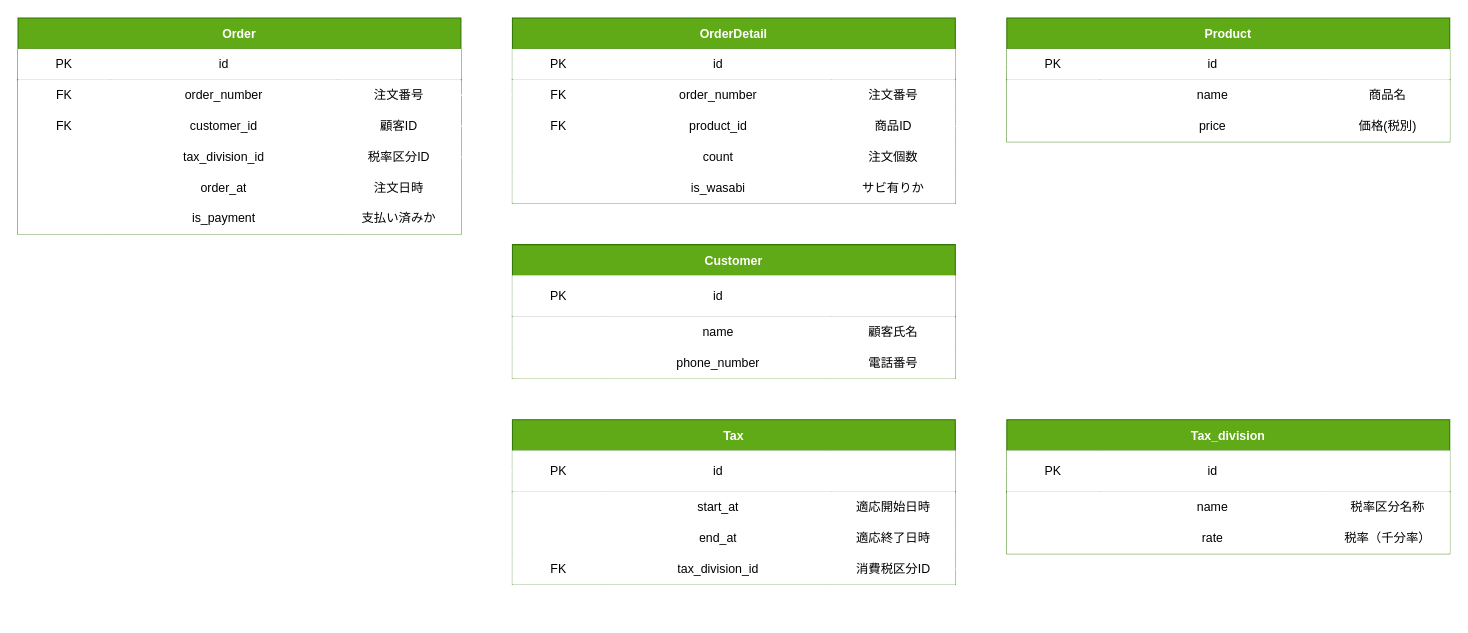
This is DBモデリング1/assets/task1.drawio from k-takeuchi220/praha-challenge, a draw.io file, before an edit. Source tidied: cells renumbered, new cells numbered last; positions are measured from the earlier drawing's top-left corner, leaving out a move shared by most shapes. Both pictures are drawn from the tidied source at 103%, with x=0, y=0 at pixel (18, 18).
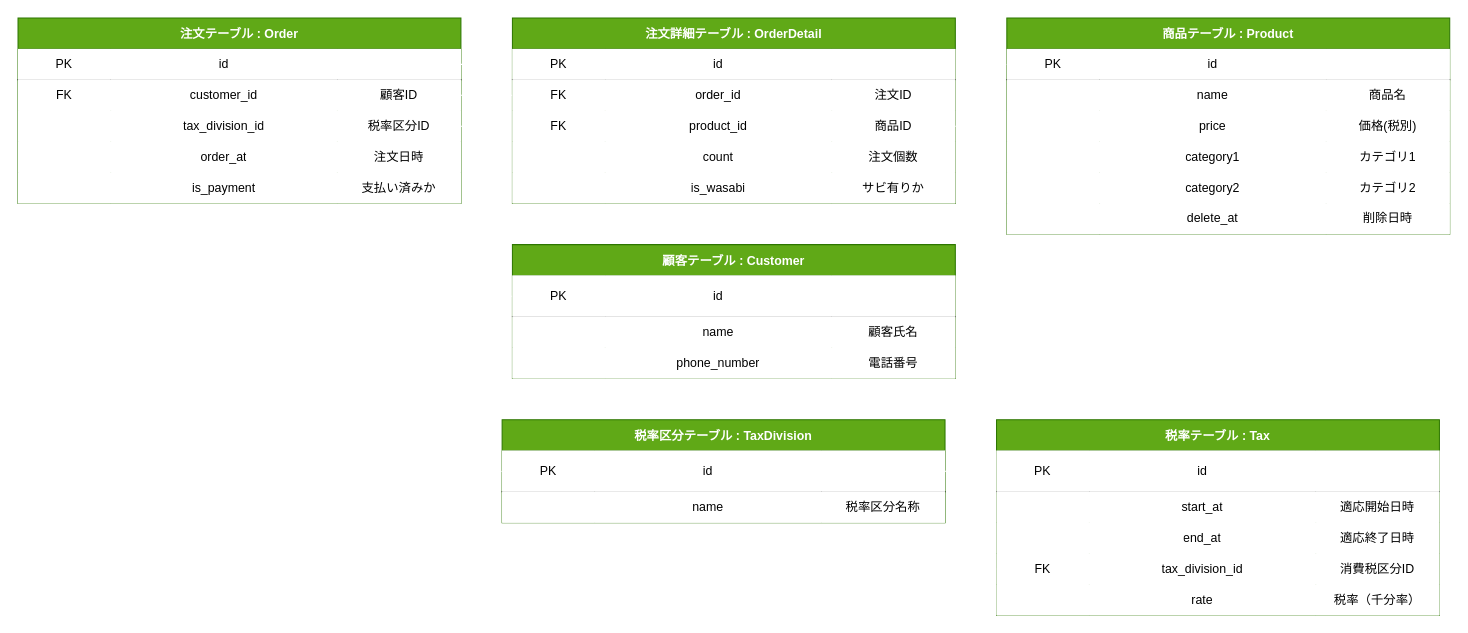
Above is the later version.

The change refers to these unchanged cells:
```xml
<mxCell id="20" style="shape=partialRectangle;html=1;whiteSpace=wrap;top=0;left=0;bottom=0;right=0;points=[[0,0.5],[1,0.5]];portConstraint=eastwest;" parent="15" vertex="1">
  <mxGeometry y="60" width="430" height="30" as="geometry" />
</mxCell>
<mxCell id="50" style="shape=partialRectangle;html=1;whiteSpace=wrap;top=0;left=0;bottom=1;right=0;points=[[0,0.5],[1,0.5]];portConstraint=eastwest;" parent="49" vertex="1">
  <mxGeometry y="30" width="430" height="30" as="geometry" />
</mxCell>
<mxCell id="76" style="shape=partialRectangle;html=1;whiteSpace=wrap;top=0;left=0;bottom=1;right=0;points=[[0,0.5],[1,0.5]];portConstraint=eastwest;" parent="75" vertex="1">
  <mxGeometry y="30" width="430" height="40" as="geometry" />
</mxCell>
<mxCell id="88" style="shape=partialRectangle;html=1;whiteSpace=wrap;top=0;left=0;bottom=0;right=0;points=[[0,0.5],[1,0.5]];portConstraint=eastwest;" parent="75" vertex="1">
  <mxGeometry y="130" width="430" height="30" as="geometry" />
</mxCell>
<mxCell id="93" style="shape=partialRectangle;html=1;whiteSpace=wrap;top=0;left=0;bottom=1;right=0;points=[[0,0.5],[1,0.5]];portConstraint=eastwest;" parent="92" vertex="1">
  <mxGeometry y="30" width="430" height="40" as="geometry" />
</mxCell>
```

The edit, as a diff of the source:
```diff
@@
-    <mxCell id="2" value="Product" style="shape=table;startSize=30;childLayout=tableLayout;rowLines=0;fontStyle=1;align=center;fillColor=#60a917;fontColor=#ffffff;strokeColor=#2D7600;" parent="1" vertex="1">
-      <mxGeometry x="960" width="430" height="120" as="geometry" />
+    <mxCell id="2" value="商品テーブル : Product" style="shape=table;startSize=30;childLayout=tableLayout;rowLines=0;fontStyle=1;align=center;fillColor=#60a917;fontColor=#ffffff;strokeColor=#2D7600;" parent="1" vertex="1">
+      <mxGeometry x="960" width="430" height="210" as="geometry" />
     </mxCell>
@@
+    <mxCell id="109" style="shape=partialRectangle;html=1;whiteSpace=wrap;top=0;left=0;bottom=0;right=0;" parent="2" vertex="1">
+      <mxGeometry y="120" width="430" height="30" as="geometry" />
+    </mxCell>
+    <mxCell id="110" style="shape=partialRectangle;html=1;whiteSpace=wrap;top=0;left=0;bottom=0;right=0;overflow=hidden;" parent="109" vertex="1">
+      <mxGeometry width="90" height="30" as="geometry" />
+    </mxCell>
+    <mxCell id="111" value="category1" style="shape=partialRectangle;html=1;whiteSpace=wrap;top=0;left=0;bottom=0;right=0;overflow=hidden;align=center;labelPosition=center;verticalLabelPosition=middle;verticalAlign=middle;" parent="109" vertex="1">
+      <mxGeometry x="90" width="220" height="30" as="geometry" />
+    </mxCell>
+    <mxCell id="112" value="カテゴリ1" style="shape=partialRectangle;html=1;whiteSpace=wrap;top=0;left=0;bottom=0;right=0;overflow=hidden;align=center;labelPosition=center;verticalLabelPosition=middle;verticalAlign=middle;" parent="109" vertex="1">
+      <mxGeometry x="310" width="120" height="30" as="geometry" />
+    </mxCell>
+    <mxCell id="113" style="shape=partialRectangle;html=1;whiteSpace=wrap;top=0;left=0;bottom=0;right=0;" parent="2" vertex="1">
+      <mxGeometry y="150" width="430" height="30" as="geometry" />
+    </mxCell>
+    <mxCell id="114" style="shape=partialRectangle;html=1;whiteSpace=wrap;top=0;left=0;bottom=0;right=0;overflow=hidden;" parent="113" vertex="1">
+      <mxGeometry width="90" height="30" as="geometry" />
+    </mxCell>
+    <mxCell id="115" value="category2" style="shape=partialRectangle;html=1;whiteSpace=wrap;top=0;left=0;bottom=0;right=0;overflow=hidden;align=center;labelPosition=center;verticalLabelPosition=middle;verticalAlign=middle;" parent="113" vertex="1">
+      <mxGeometry x="90" width="220" height="30" as="geometry" />
+    </mxCell>
+    <mxCell id="116" value="カテゴリ2" style="shape=partialRectangle;html=1;whiteSpace=wrap;top=0;left=0;bottom=0;right=0;overflow=hidden;align=center;labelPosition=center;verticalLabelPosition=middle;verticalAlign=middle;" parent="113" vertex="1">
+      <mxGeometry x="310" width="120" height="30" as="geometry" />
+    </mxCell>
+    <mxCell id="117" style="shape=partialRectangle;html=1;whiteSpace=wrap;top=0;left=0;bottom=0;right=0;" parent="2" vertex="1">
+      <mxGeometry y="180" width="430" height="30" as="geometry" />
+    </mxCell>
+    <mxCell id="118" style="shape=partialRectangle;html=1;whiteSpace=wrap;top=0;left=0;bottom=0;right=0;overflow=hidden;" parent="117" vertex="1">
+      <mxGeometry width="90" height="30" as="geometry" />
+    </mxCell>
+    <mxCell id="119" value="delete_at" style="shape=partialRectangle;html=1;whiteSpace=wrap;top=0;left=0;bottom=0;right=0;overflow=hidden;align=center;labelPosition=center;verticalLabelPosition=middle;verticalAlign=middle;" parent="117" vertex="1">
+      <mxGeometry x="90" width="220" height="30" as="geometry" />
+    </mxCell>
+    <mxCell id="120" value="削除日時" style="shape=partialRectangle;html=1;whiteSpace=wrap;top=0;left=0;bottom=0;right=0;overflow=hidden;align=center;labelPosition=center;verticalLabelPosition=middle;verticalAlign=middle;" parent="117" vertex="1">
+      <mxGeometry x="310" width="120" height="30" as="geometry" />
+    </mxCell>
-    <mxCell id="15" value="OrderDetail" style="shape=table;startSize=30;childLayout=tableLayout;rowLines=0;fontStyle=1;align=center;fillColor=#60a917;fontColor=#ffffff;strokeColor=#2D7600;" parent="1" vertex="1">
+    <mxCell id="15" value="注文詳細テーブル : OrderDetail" style="shape=table;startSize=30;childLayout=tableLayout;rowLines=0;fontStyle=1;align=center;fillColor=#60a917;fontColor=#ffffff;strokeColor=#2D7600;" parent="1" vertex="1">
       <mxGeometry x="480" width="430" height="180" as="geometry" />
     </mxCell>
@@
-    <mxCell id="22" value="order_number" style="shape=partialRectangle;html=1;whiteSpace=wrap;top=0;left=0;bottom=0;right=0;overflow=hidden;align=center;labelPosition=center;verticalLabelPosition=middle;verticalAlign=middle;" parent="20" vertex="1">
+    <mxCell id="22" value="order_id" style="shape=partialRectangle;html=1;whiteSpace=wrap;top=0;left=0;bottom=0;right=0;overflow=hidden;align=center;labelPosition=center;verticalLabelPosition=middle;verticalAlign=middle;" parent="20" vertex="1">
       <mxGeometry x="90" width="220" height="30" as="geometry" />
     </mxCell>
-    <mxCell id="23" value="注文番号" style="shape=partialRectangle;html=1;whiteSpace=wrap;top=0;left=0;bottom=0;right=0;overflow=hidden;align=center;labelPosition=center;verticalLabelPosition=middle;verticalAlign=middle;" parent="20" vertex="1">
+    <mxCell id="23" value="注文ID" style="shape=partialRectangle;html=1;whiteSpace=wrap;top=0;left=0;bottom=0;right=0;overflow=hidden;align=center;labelPosition=center;verticalLabelPosition=middle;verticalAlign=middle;" parent="20" vertex="1">
       <mxGeometry x="310" width="120" height="30" as="geometry" />
     </mxCell>
@@
-    <mxCell id="36" value="Customer" style="shape=table;startSize=30;childLayout=tableLayout;rowLines=0;fontStyle=1;align=center;fillColor=#60a917;fontColor=#ffffff;strokeColor=#2D7600;" parent="1" vertex="1">
+    <mxCell id="36" value="顧客テーブル : Customer" style="shape=table;startSize=30;childLayout=tableLayout;rowLines=0;fontStyle=1;align=center;fillColor=#60a917;fontColor=#ffffff;strokeColor=#2D7600;" parent="1" vertex="1">
       <mxGeometry x="480" y="220" width="430" height="130" as="geometry" />
     </mxCell>
@@
-    <mxCell id="49" value="Order" style="shape=table;startSize=30;childLayout=tableLayout;rowLines=0;fontStyle=1;align=center;fillColor=#60a917;fontColor=#ffffff;strokeColor=#2D7600;" parent="1" vertex="1">
-      <mxGeometry width="430" height="210" as="geometry" />
+    <mxCell id="49" value="注文テーブル : Order" style="shape=table;startSize=30;childLayout=tableLayout;rowLines=0;fontStyle=1;align=center;fillColor=#60a917;fontColor=#ffffff;strokeColor=#2D7600;" parent="1" vertex="1">
+      <mxGeometry width="430" height="180" as="geometry" />
     </mxCell>
@@
-    <mxCell id="54" style="shape=partialRectangle;html=1;whiteSpace=wrap;top=0;left=0;bottom=0;right=0;points=[[0,0.5],[1,0.5]];portConstraint=eastwest;" parent="49" vertex="1">
-      <mxGeometry y="60" width="430" height="30" as="geometry" />
-    </mxCell>
-    <mxCell id="55" value="FK" style="shape=partialRectangle;html=1;whiteSpace=wrap;top=0;left=0;bottom=0;right=0;overflow=hidden;" parent="54" vertex="1">
-      <mxGeometry width="90" height="30" as="geometry" />
-    </mxCell>
-    <mxCell id="56" value="order_number" style="shape=partialRectangle;html=1;whiteSpace=wrap;top=0;left=0;bottom=0;right=0;overflow=hidden;align=center;labelPosition=center;verticalLabelPosition=middle;verticalAlign=middle;" parent="54" vertex="1">
-      <mxGeometry x="90" width="220" height="30" as="geometry" />
-    </mxCell>
-    <mxCell id="57" value="注文番号" style="shape=partialRectangle;html=1;whiteSpace=wrap;top=0;left=0;bottom=0;right=0;overflow=hidden;align=center;labelPosition=center;verticalLabelPosition=middle;verticalAlign=middle;" parent="54" vertex="1">
-      <mxGeometry x="310" width="120" height="30" as="geometry" />
-    </mxCell>
     <mxCell id="58" style="shape=partialRectangle;html=1;whiteSpace=wrap;top=0;left=0;bottom=0;right=0;points=[[0,0.5],[1,0.5]];portConstraint=eastwest;" parent="49" vertex="1">
-      <mxGeometry y="90" width="430" height="30" as="geometry" />
+      <mxGeometry y="60" width="430" height="30" as="geometry" />
     </mxCell>
@@
     <mxCell id="62" style="shape=partialRectangle;html=1;whiteSpace=wrap;top=0;left=0;bottom=0;right=0;points=[[0,0.5],[1,0.5]];portConstraint=eastwest;" parent="49" vertex="1">
-      <mxGeometry y="120" width="430" height="30" as="geometry" />
+      <mxGeometry y="90" width="430" height="30" as="geometry" />
     </mxCell>
@@
     <mxCell id="66" style="shape=partialRectangle;html=1;whiteSpace=wrap;top=0;left=0;bottom=0;right=0;" parent="49" vertex="1">
-      <mxGeometry y="150" width="430" height="30" as="geometry" />
+      <mxGeometry y="120" width="430" height="30" as="geometry" />
     </mxCell>
@@
     <mxCell id="70" style="shape=partialRectangle;html=1;whiteSpace=wrap;top=0;left=0;bottom=0;right=0;" parent="49" vertex="1">
-      <mxGeometry y="180" width="430" height="30" as="geometry" />
+      <mxGeometry y="150" width="430" height="30" as="geometry" />
     </mxCell>
@@
-    <mxCell id="74" style="edgeStyle=none;html=1;exitX=1;exitY=0.5;exitDx=0;exitDy=0;entryX=0;entryY=0.5;entryDx=0;entryDy=0;strokeColor=#FFFFFF;" parent="1" edge="1" source="54" target="20">
+    <mxCell id="74" style="edgeStyle=none;html=1;exitX=1;exitY=0.5;exitDx=0;exitDy=0;entryX=0;entryY=0.5;entryDx=0;entryDy=0;strokeColor=#FFFFFF;" parent="1" edge="1" target="20">
       <mxGeometry relative="1" as="geometry" />
     </mxCell>
-    <mxCell id="75" value="Tax" style="shape=table;startSize=30;childLayout=tableLayout;rowLines=0;fontStyle=1;align=center;fillColor=#60a917;fontColor=#ffffff;strokeColor=#2D7600;" parent="1" vertex="1">
-      <mxGeometry x="480" y="390" width="430" height="160" as="geometry" />
+    <mxCell id="75" value="税率テーブル : Tax" style="shape=table;startSize=30;childLayout=tableLayout;rowLines=0;fontStyle=1;align=center;fillColor=#60a917;fontColor=#ffffff;strokeColor=#2D7600;" parent="1" vertex="1">
+      <mxGeometry x="950" y="390" width="430" height="190" as="geometry" />
     </mxCell>
@@
+    <mxCell id="121" style="shape=partialRectangle;html=1;whiteSpace=wrap;top=0;left=0;bottom=0;right=0;" parent="75" vertex="1">
+      <mxGeometry y="160" width="430" height="30" as="geometry" />
+    </mxCell>
+    <mxCell id="122" style="shape=partialRectangle;html=1;whiteSpace=wrap;top=0;left=0;bottom=0;right=0;overflow=hidden;" parent="121" vertex="1">
+      <mxGeometry width="90" height="30" as="geometry" />
+    </mxCell>
+    <mxCell id="103" value="rate" style="shape=partialRectangle;html=1;whiteSpace=wrap;top=0;left=0;bottom=0;right=0;overflow=hidden;align=center;labelPosition=center;verticalLabelPosition=middle;verticalAlign=middle;" parent="121" vertex="1">
+      <mxGeometry x="90" width="220" height="30" as="geometry" />
+    </mxCell>
+    <mxCell id="104" value="&lt;span&gt;税率（千分率）&lt;/span&gt;" style="shape=partialRectangle;html=1;whiteSpace=wrap;top=0;left=0;bottom=0;right=0;overflow=hidden;align=center;labelPosition=center;verticalLabelPosition=middle;verticalAlign=middle;" parent="121" vertex="1">
+      <mxGeometry x="310" width="120" height="30" as="geometry" />
+    </mxCell>
-    <mxCell id="92" value="Tax_division" style="shape=table;startSize=30;childLayout=tableLayout;rowLines=0;fontStyle=1;align=center;fillColor=#60a917;fontColor=#ffffff;strokeColor=#2D7600;" parent="1" vertex="1">
-      <mxGeometry x="960" y="390" width="430" height="130" as="geometry" />
+    <mxCell id="92" value="税率区分テーブル : TaxDivision" style="shape=table;startSize=30;childLayout=tableLayout;rowLines=0;fontStyle=1;align=center;fillColor=#60a917;fontColor=#ffffff;strokeColor=#2D7600;" parent="1" vertex="1">
+      <mxGeometry x="470" y="390" width="430" height="100" as="geometry" />
     </mxCell>
@@
-    <mxCell id="101" style="shape=partialRectangle;html=1;whiteSpace=wrap;top=0;left=0;bottom=0;right=0;" parent="92" vertex="1">
-      <mxGeometry y="100" width="430" height="30" as="geometry" />
-    </mxCell>
-    <mxCell id="102" style="shape=partialRectangle;html=1;whiteSpace=wrap;top=0;left=0;bottom=0;right=0;overflow=hidden;" parent="101" vertex="1">
-      <mxGeometry width="90" height="30" as="geometry" />
-    </mxCell>
-    <mxCell id="103" value="rate" style="shape=partialRectangle;html=1;whiteSpace=wrap;top=0;left=0;bottom=0;right=0;overflow=hidden;align=center;labelPosition=center;verticalLabelPosition=middle;verticalAlign=middle;" parent="101" vertex="1">
-      <mxGeometry x="90" width="220" height="30" as="geometry" />
-    </mxCell>
-    <mxCell id="104" value="税率（千分率）" style="shape=partialRectangle;html=1;whiteSpace=wrap;top=0;left=0;bottom=0;right=0;overflow=hidden;align=center;labelPosition=center;verticalLabelPosition=middle;verticalAlign=middle;" parent="101" vertex="1">
-      <mxGeometry x="310" width="120" height="30" as="geometry" />
-    </mxCell>
@@
-    <mxCell id="107" style="edgeStyle=elbowEdgeStyle;elbow=horizontal;endArrow=classic;html=1;exitX=1;exitY=0.5;exitDx=0;exitDy=0;entryX=0;entryY=0.5;entryDx=0;entryDy=0;strokeColor=#FFFFFF;" parent="1" edge="1" source="62" target="76">
+    <mxCell id="107" style="edgeStyle=elbowEdgeStyle;elbow=horizontal;endArrow=classic;html=1;exitX=1;exitY=0.5;exitDx=0;exitDy=0;strokeColor=#FFFFFF;" parent="1" edge="1" source="62">
       <mxGeometry relative="1" as="geometry">
+        <mxPoint x="470" y="440" as="targetPoint" />
         <Array as="points">
           <mxPoint x="450" y="300" />
         </Array>
       </mxGeometry>
     </mxCell>
-    <mxCell id="108" style="edgeStyle=elbowEdgeStyle;elbow=horizontal;endArrow=classic;html=1;exitX=1;exitY=0.5;exitDx=0;exitDy=0;entryX=0;entryY=0.5;entryDx=0;entryDy=0;strokeColor=#FFFFFF;" parent="1" edge="1" source="88" target="93">
+    <mxCell id="108" style="edgeStyle=elbowEdgeStyle;elbow=horizontal;endArrow=classic;html=1;strokeColor=#FFFFFF;exitX=1;exitY=0.5;exitDx=0;exitDy=0;entryX=0;entryY=0.5;entryDx=0;entryDy=0;" parent="1" edge="1" source="93" target="88">
       <mxGeometry relative="1" as="geometry" />
     </mxCell>
+    <mxCell id="123" style="edgeStyle=elbowEdgeStyle;elbow=horizontal;endArrow=classic;html=1;exitX=1;exitY=0.5;exitDx=0;exitDy=0;entryX=0;entryY=0.5;entryDx=0;entryDy=0;strokeColor=#FFFFFF;" parent="1" edge="1" source="50" target="20">
+      <mxGeometry relative="1" as="geometry">
+        <Array as="points">
+          <mxPoint x="470" y="60" />
+        </Array>
+      </mxGeometry>
+    </mxCell>
```
